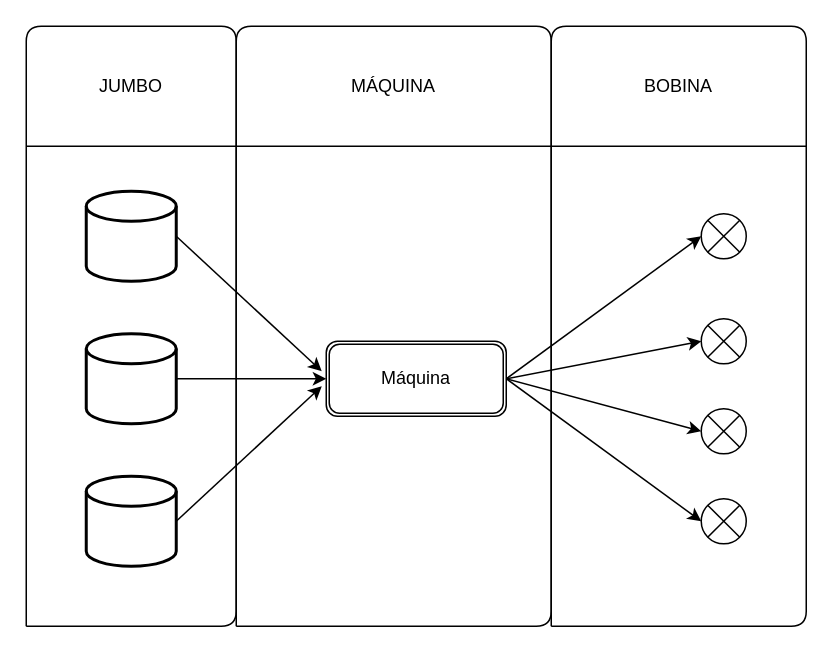
This is Jumbo.drawio from zeca-esp/disney.github.io, a draw.io file, before an edit. Source tidied: cells renumbered, new cells numbered last; positions are measured from the earlier drawing's top-left corner, leaving out a move shared by most shapes. Both pictures are drawn from the tidied source at 150%, with x=0, y=0 at pixel (26, 26).
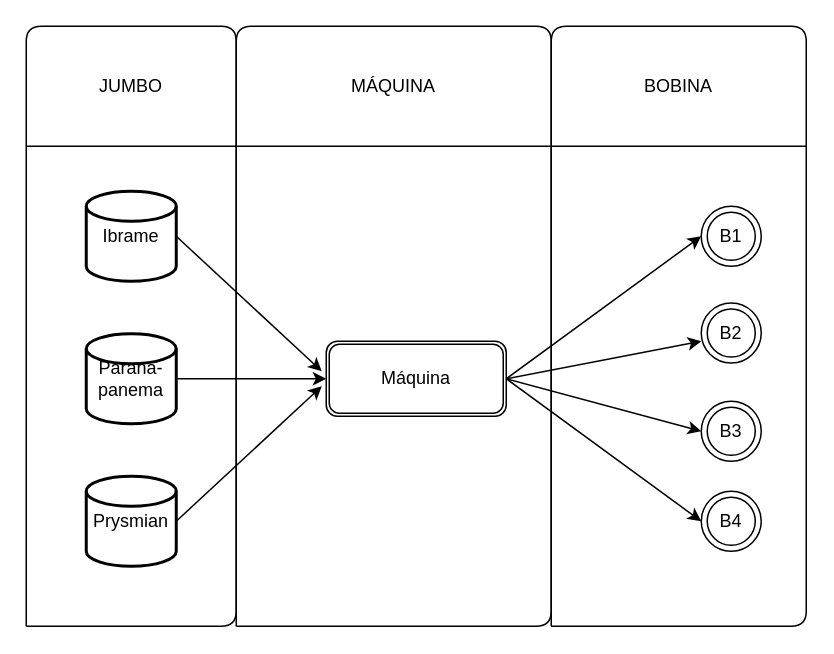
The same diagram, later.

Unchanged cells that the change refers to:
```xml
<mxCell id="4" value="Máquina" style="shape=ext;double=1;rounded=1;whiteSpace=wrap;html=1;" parent="1" vertex="1">
  <mxGeometry x="200" y="210" width="120" height="50" as="geometry" />
</mxCell>
```

Change to the diagram source:
```diff
@@
-    <mxCell id="2" style="strokeWidth=2;html=1;shape=mxgraph.flowchart.database;whiteSpace=wrap;" parent="1" vertex="1">
+    <mxCell id="2" value="Ibrame" style="strokeWidth=2;html=1;shape=mxgraph.flowchart.database;whiteSpace=wrap;" parent="1" vertex="1">
       <mxGeometry x="40" y="110" width="60" height="60" as="geometry" />
     </mxCell>
-    <mxCell id="3" style="strokeWidth=2;html=1;shape=mxgraph.flowchart.database;whiteSpace=wrap;" parent="1" vertex="1">
+    <mxCell id="3" value="Parana-&lt;br&gt;panema" style="strokeWidth=2;html=1;shape=mxgraph.flowchart.database;whiteSpace=wrap;" parent="1" vertex="1">
       <mxGeometry x="40" y="205" width="60" height="60" as="geometry" />
     </mxCell>
@@
-    <mxCell id="7" style="verticalLabelPosition=bottom;verticalAlign=top;html=1;shape=mxgraph.flowchart.or;" parent="1" vertex="1">
-      <mxGeometry x="450" y="125" width="30" height="30" as="geometry" />
-    </mxCell>
-    <mxCell id="8" style="verticalLabelPosition=bottom;verticalAlign=top;html=1;shape=mxgraph.flowchart.or;" parent="1" vertex="1">
-      <mxGeometry x="450" y="195" width="30" height="30" as="geometry" />
-    </mxCell>
-    <mxCell id="9" style="verticalLabelPosition=bottom;verticalAlign=top;html=1;shape=mxgraph.flowchart.or;" parent="1" vertex="1">
-      <mxGeometry x="450" y="255" width="30" height="30" as="geometry" />
-    </mxCell>
-    <mxCell id="10" style="verticalLabelPosition=bottom;verticalAlign=top;html=1;shape=mxgraph.flowchart.or;" parent="1" vertex="1">
-      <mxGeometry x="450" y="315" width="30" height="30" as="geometry" />
-    </mxCell>
-    <mxCell id="11" style="endArrow=classic;html=1;exitX=1;exitY=0.5;exitDx=0;exitDy=0;entryX=0;entryY=0.5;entryDx=0;entryDy=0;entryPerimeter=0;" parent="1" edge="1" source="4" target="7">
-      <mxGeometry relative="1" as="geometry" />
+    <mxCell id="11" style="endArrow=classic;html=1;exitX=1;exitY=0.5;exitDx=0;exitDy=0;entryX=0;entryY=0.5;entryDx=0;entryDy=0;entryPerimeter=0;" parent="1" edge="1" source="4">
+      <mxGeometry relative="1" as="geometry">
+        <mxPoint x="450" y="140" as="targetPoint" />
+      </mxGeometry>
     </mxCell>
-    <mxCell id="12" style="endArrow=classic;html=1;exitX=1;exitY=0.5;exitDx=0;exitDy=0;entryX=0;entryY=0.5;entryDx=0;entryDy=0;entryPerimeter=0;" parent="1" edge="1" source="4" target="9">
-      <mxGeometry relative="1" as="geometry" />
+    <mxCell id="12" style="endArrow=classic;html=1;exitX=1;exitY=0.5;exitDx=0;exitDy=0;entryX=0;entryY=0.5;entryDx=0;entryDy=0;entryPerimeter=0;" parent="1" edge="1" source="4">
+      <mxGeometry relative="1" as="geometry">
+        <mxPoint x="450" y="270" as="targetPoint" />
+      </mxGeometry>
     </mxCell>
-    <mxCell id="13" style="endArrow=classic;html=1;exitX=1;exitY=0.5;exitDx=0;exitDy=0;entryX=0;entryY=0.5;entryDx=0;entryDy=0;entryPerimeter=0;" parent="1" edge="1" source="4" target="8">
-      <mxGeometry relative="1" as="geometry" />
+    <mxCell id="13" style="endArrow=classic;html=1;exitX=1;exitY=0.5;exitDx=0;exitDy=0;entryX=0;entryY=0.5;entryDx=0;entryDy=0;entryPerimeter=0;" parent="1" edge="1" source="4">
+      <mxGeometry relative="1" as="geometry">
+        <mxPoint x="450" y="210" as="targetPoint" />
+      </mxGeometry>
     </mxCell>
-    <mxCell id="14" style="endArrow=classic;html=1;exitX=1;exitY=0.5;exitDx=0;exitDy=0;entryX=0;entryY=0.5;entryDx=0;entryDy=0;entryPerimeter=0;" parent="1" edge="1" source="4" target="10">
-      <mxGeometry relative="1" as="geometry" />
+    <mxCell id="14" style="endArrow=classic;html=1;exitX=1;exitY=0.5;exitDx=0;exitDy=0;entryX=0;entryY=0.5;entryDx=0;entryDy=0;entryPerimeter=0;" parent="1" edge="1" source="4">
+      <mxGeometry relative="1" as="geometry">
+        <mxPoint x="450" y="330" as="targetPoint" />
+      </mxGeometry>
     </mxCell>
-    <mxCell id="15" style="strokeWidth=2;html=1;shape=mxgraph.flowchart.database;whiteSpace=wrap;" parent="1" vertex="1">
+    <mxCell id="15" value="Prysmian" style="strokeWidth=2;html=1;shape=mxgraph.flowchart.database;whiteSpace=wrap;" parent="1" vertex="1">
       <mxGeometry x="40" y="300" width="60" height="60" as="geometry" />
     </mxCell>
@@
+    <mxCell id="24" value="B1" style="ellipse;shape=doubleEllipse;whiteSpace=wrap;html=1;" parent="1" vertex="1">
+      <mxGeometry x="450" y="120" width="40" height="40" as="geometry" />
+    </mxCell>
+    <mxCell id="25" value="B2" style="ellipse;shape=doubleEllipse;whiteSpace=wrap;html=1;" parent="1" vertex="1">
+      <mxGeometry x="450" y="184.5" width="40" height="40" as="geometry" />
+    </mxCell>
+    <mxCell id="26" value="B3" style="ellipse;shape=doubleEllipse;whiteSpace=wrap;html=1;" parent="1" vertex="1">
+      <mxGeometry x="450" y="250" width="40" height="40" as="geometry" />
+    </mxCell>
+    <mxCell id="27" value="B4" style="ellipse;shape=doubleEllipse;whiteSpace=wrap;html=1;" parent="1" vertex="1">
+      <mxGeometry x="450" y="310" width="40" height="40" as="geometry" />
+    </mxCell>
```
